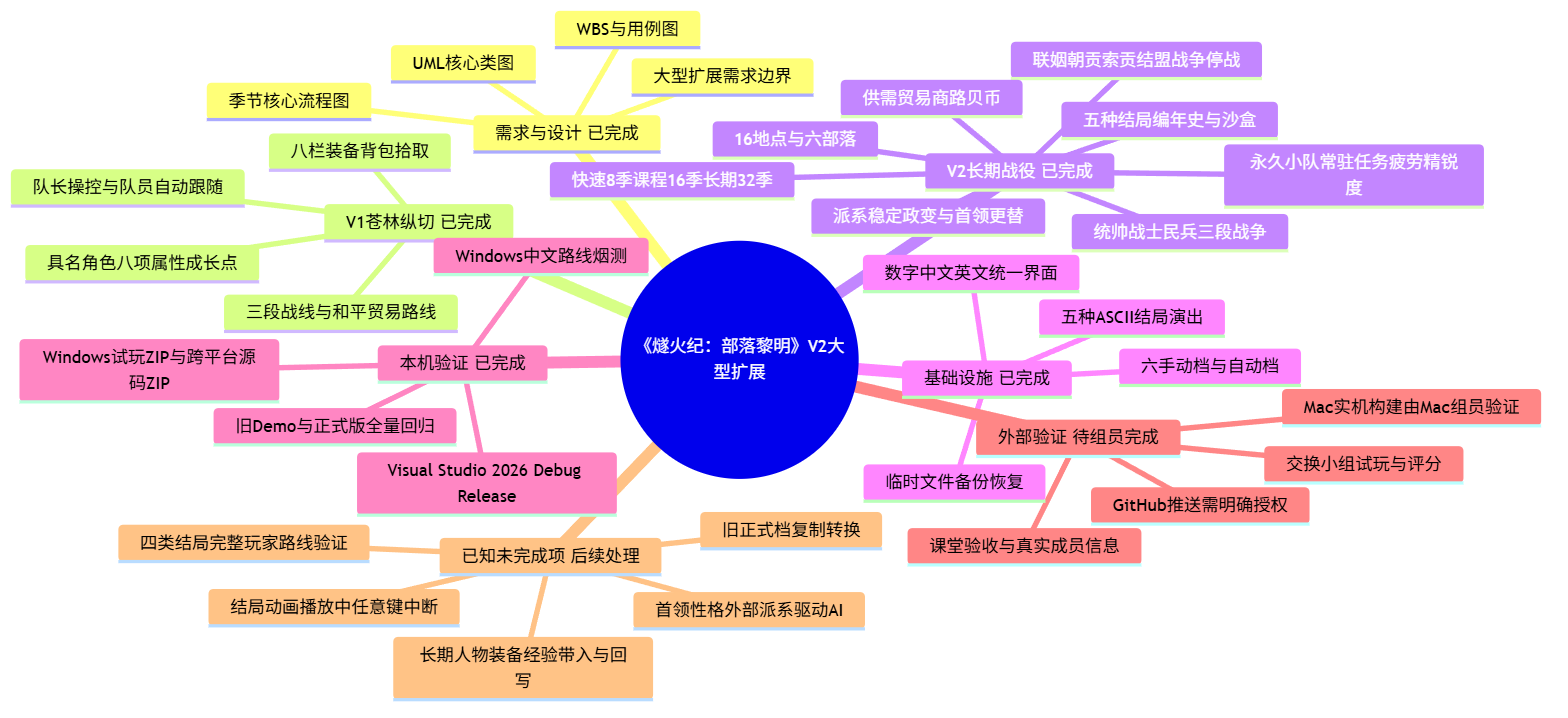
Earlier version of the Mermaid export formal/docs/diagrams/expanded/01-wbs-expanded.png (gs8-79/new-game). Its source is kept beside it as formal/docs/diagrams/expanded/01-wbs-expanded.mmd.
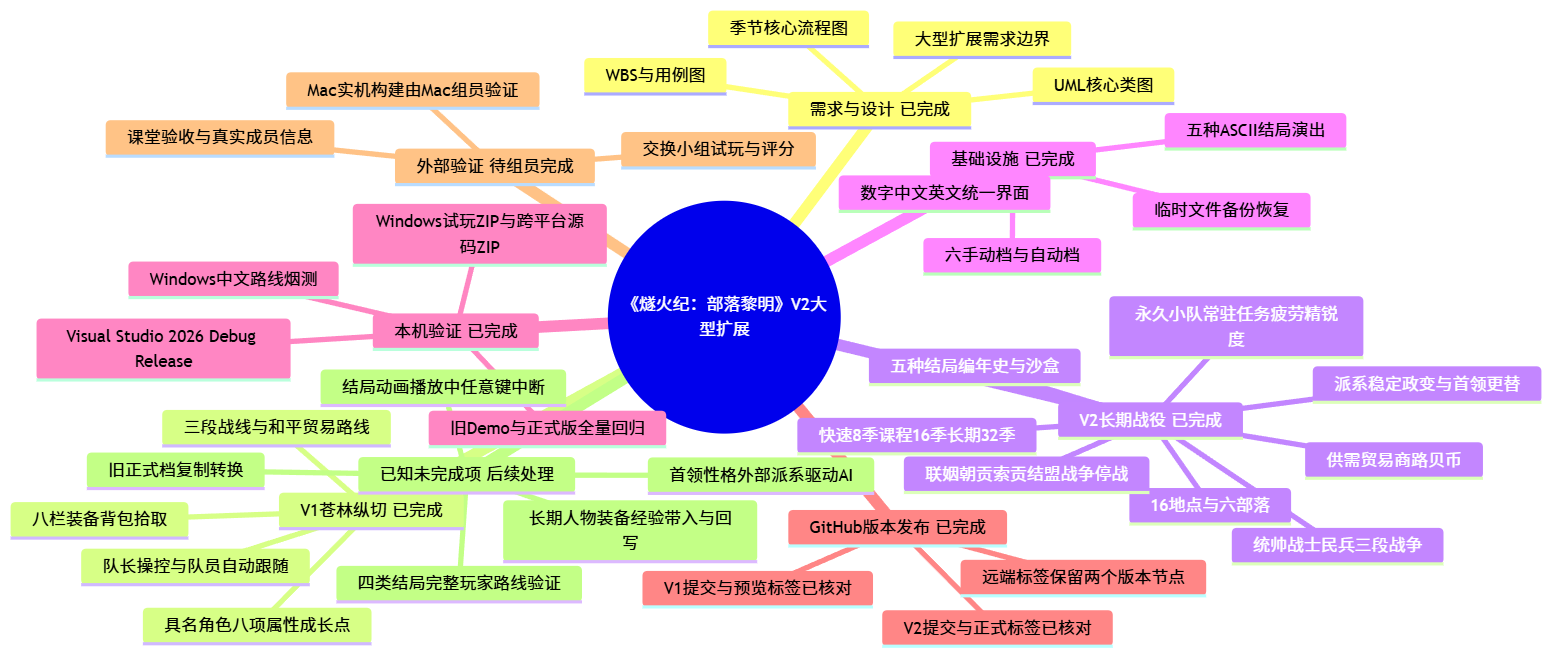
The same diagram one commit later.

Diff of the diagram source:
```diff
@@ -29,11 +29,14 @@
       旧Demo与正式版全量回归
       Windows中文路线烟测
       Windows试玩ZIP与跨平台源码ZIP
+    GitHub版本发布 已完成
+      V1提交与预览标签已核对
+      V2提交与正式标签已核对
+      远端标签保留两个版本节点
     外部验证 待组员完成
       Mac实机构建由Mac组员验证
       交换小组试玩与评分
       课堂验收与真实成员信息
-      GitHub推送需明确授权
     已知未完成项 后续处理
       旧正式档复制转换
       结局动画播放中任意键中断
```
